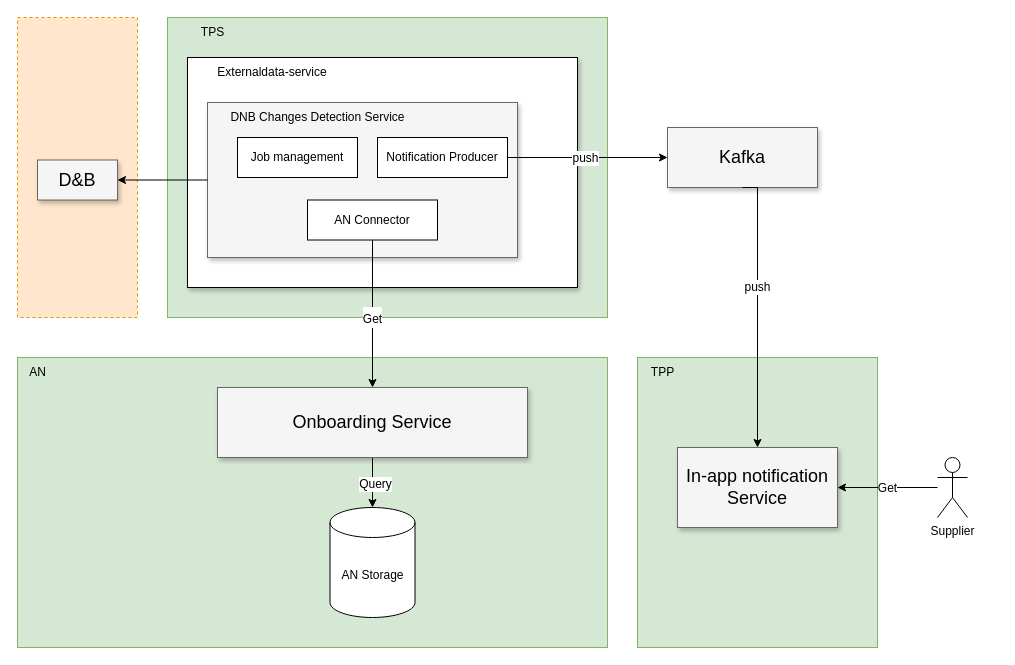
This is block_diagram_detection_dnb_changes.drawio from huangshijie/Drawio, a draw.io file, before an edit. Source tidied: cells renumbered, new cells numbered last; positions are measured from the earlier drawing's top-left corner, leaving out a move shared by most shapes. Both pictures are drawn from the tidied source at 100%, with x=0, y=0 at pixel (17, 17).
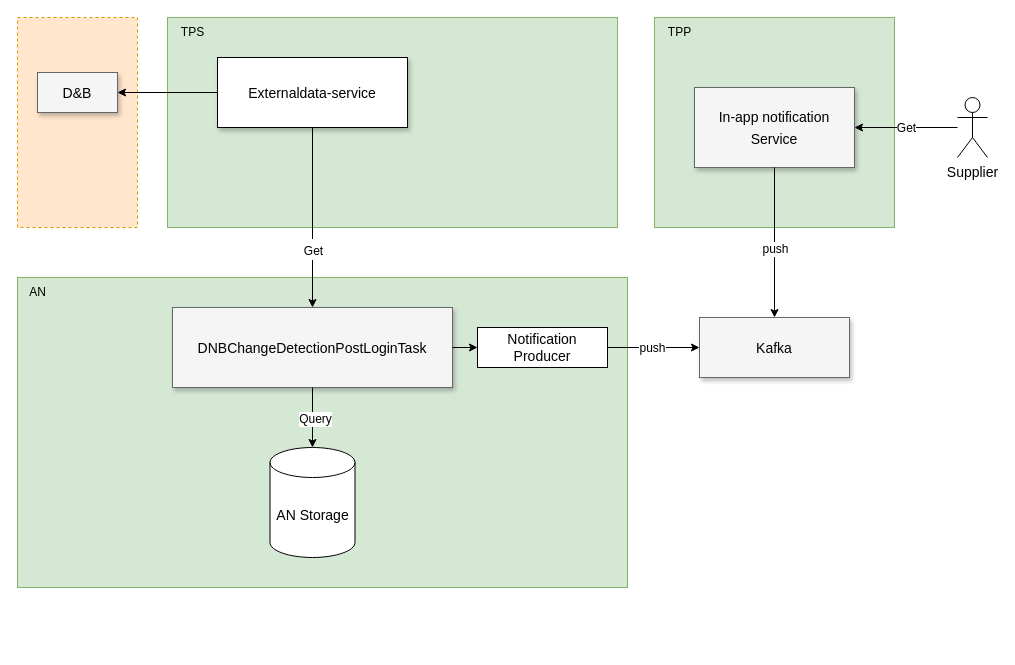
Above is the later version.

The edit, as a diff of the source:
```diff
@@
+    <mxCell id="33" style="group;" parent="1" vertex="1">
+      <mxGeometry width="970" height="570" as="geometry" />
+    </mxCell>
-    <mxCell id="2" style="rounded=0;whiteSpace=wrap;html=1;dashed=1;fillColor=#ffe6cc;strokeColor=#d79b00;" parent="1" vertex="1">
-      <mxGeometry width="120" height="300" as="geometry" />
+    <mxCell id="2" style="rounded=0;whiteSpace=wrap;html=1;dashed=1;fillColor=#ffe6cc;strokeColor=#d79b00;" parent="33" vertex="1">
+      <mxGeometry width="120" height="210" as="geometry" />
     </mxCell>
-    <mxCell id="3" style="rounded=0;whiteSpace=wrap;html=1;fillColor=#d5e8d4;strokeColor=#82b366;" parent="1" vertex="1">
-      <mxGeometry x="620" y="340" width="240" height="290" as="geometry" />
+    <mxCell id="3" style="rounded=0;whiteSpace=wrap;html=1;fillColor=#d5e8d4;strokeColor=#82b366;" parent="33" vertex="1">
+      <mxGeometry x="637" width="240" height="210" as="geometry" />
     </mxCell>
-    <mxCell id="4" style="rounded=0;whiteSpace=wrap;html=1;fillColor=#d5e8d4;strokeColor=#82b366;" parent="1" vertex="1">
-      <mxGeometry x="150" width="440" height="300" as="geometry" />
+    <mxCell id="4" style="rounded=0;whiteSpace=wrap;html=1;fillColor=#d5e8d4;strokeColor=#82b366;" parent="33" vertex="1">
+      <mxGeometry x="150" width="450" height="210" as="geometry" />
     </mxCell>
-    <mxCell id="5" style="rounded=0;whiteSpace=wrap;html=1;fillColor=#d5e8d4;strokeColor=#82b366;" parent="1" vertex="1">
-      <mxGeometry y="340" width="590" height="290" as="geometry" />
+    <mxCell id="5" style="rounded=0;whiteSpace=wrap;html=1;fillColor=#d5e8d4;strokeColor=#82b366;" parent="33" vertex="1">
+      <mxGeometry y="260" width="610" height="310" as="geometry" />
     </mxCell>
-    <mxCell id="6" style="whiteSpace=wrap;html=1;shadow=1;fontSize=18;" parent="1" vertex="1">
-      <mxGeometry x="170" y="40" width="390" height="230" as="geometry" />
+    <mxCell id="6" value="&lt;font style=&quot;font-size: 14px;&quot;&gt;Externaldata-service&lt;/font&gt;" style="whiteSpace=wrap;html=1;shadow=1;fontSize=18;" parent="33" vertex="1">
+      <mxGeometry x="200" y="40" width="190" height="70" as="geometry" />
     </mxCell>
-    <mxCell id="7" value="Kafka" style="whiteSpace=wrap;html=1;shadow=1;fontSize=18;fillColor=#f5f5f5;strokeColor=#666666;" parent="1" vertex="1">
-      <mxGeometry x="650" y="110" width="150" height="60" as="geometry" />
+    <mxCell id="7" value="&lt;font style=&quot;font-size: 14px;&quot;&gt;Kafka&lt;/font&gt;" style="whiteSpace=wrap;html=1;shadow=1;fontSize=18;fillColor=#f5f5f5;strokeColor=#666666;" parent="33" vertex="1">
+      <mxGeometry x="682" y="300" width="150" height="60" as="geometry" />
     </mxCell>
-    <mxCell id="8" style="whiteSpace=wrap;html=1;shadow=1;fontSize=18;fillColor=#f5f5f5;strokeColor=#666666;" parent="1" vertex="1">
-      <mxGeometry x="190" y="85" width="310" height="155" as="geometry" />
+    <mxCell id="8" value="&lt;font style=&quot;font-size: 14px;&quot;&gt;DNBChangeDetectionPostLoginTask&lt;/font&gt;" style="whiteSpace=wrap;html=1;shadow=1;fontSize=18;fillColor=#f5f5f5;strokeColor=#666666;" parent="33" vertex="1">
+      <mxGeometry x="155" y="290" width="280" height="80" as="geometry" />
     </mxCell>
-    <mxCell id="9" style="edgeStyle=orthogonalEdgeStyle;rounded=0;jettySize=auto;html=1;exitX=1;exitY=0.5;exitDx=0;exitDy=0;entryX=0;entryY=0.5;entryDx=0;entryDy=0;" parent="1" edge="1" source="31" target="7">
+    <mxCell id="9" style="edgeStyle=orthogonalEdgeStyle;rounded=0;jettySize=auto;html=1;exitX=1;exitY=0.5;exitDx=0;exitDy=0;entryX=0;entryY=0.5;entryDx=0;entryDy=0;" parent="33" edge="1" source="31" target="7">
       <mxGeometry relative="1" as="geometry" />
     </mxCell>
@@
-    <mxCell id="11" value="In-app notification Service" style="whiteSpace=wrap;html=1;shadow=1;fontSize=18;fillColor=#f5f5f5;strokeColor=#666666;" parent="1" vertex="1">
-      <mxGeometry x="660" y="430" width="160" height="80" as="geometry" />
+    <mxCell id="11" value="&lt;font style=&quot;font-size: 14px;&quot;&gt;In-app notification Service&lt;/font&gt;" style="whiteSpace=wrap;html=1;shadow=1;fontSize=18;fillColor=#f5f5f5;strokeColor=#666666;" parent="33" vertex="1">
+      <mxGeometry x="677" y="70" width="160" height="80" as="geometry" />
     </mxCell>
-    <mxCell id="12" style="edgeStyle=orthogonalEdgeStyle;rounded=0;jettySize=auto;html=1;exitX=0.5;exitY=1;exitDx=0;exitDy=0;entryX=0.5;entryY=0;entryDx=0;entryDy=0;" parent="1" edge="1" source="7" target="11">
-      <mxGeometry relative="1" as="geometry">
-        <Array as="points">
-          <mxPoint x="740" y="170" />
-        </Array>
-      </mxGeometry>
+    <mxCell id="12" style="edgeStyle=orthogonalEdgeStyle;rounded=0;jettySize=auto;html=1;exitX=0.5;exitY=1;exitDx=0;exitDy=0;entryX=0.5;entryY=0;entryDx=0;entryDy=0;" parent="33" edge="1" source="11" target="7">
+      <mxGeometry relative="1" as="geometry" />
     </mxCell>
     <mxCell id="13" value="push" style="edgeLabel;html=1;align=center;verticalAlign=middle;fontSize=12;" parent="12" vertex="1">
       <mxGeometry x="-0.18" y="-1" relative="1" as="geometry">
-        <mxPoint y="1" as="offset" />
+        <mxPoint x="1" y="19" as="offset" />
       </mxGeometry>
     </mxCell>
-    <mxCell id="14" style="edgeStyle=orthogonalEdgeStyle;rounded=0;jettySize=auto;html=1;entryX=1;entryY=0.5;entryDx=0;entryDy=0;" parent="1" edge="1" source="16" target="11">
+    <mxCell id="14" style="edgeStyle=orthogonalEdgeStyle;rounded=0;jettySize=auto;html=1;entryX=1;entryY=0.5;entryDx=0;entryDy=0;" parent="33" edge="1" source="16" target="11">
       <mxGeometry relative="1" as="geometry" />
     </mxCell>
@@
-    <mxCell id="16" value="Supplier" style="shape=umlActor;verticalLabelPosition=bottom;verticalAlign=top;html=1;outlineConnect=0;" parent="1" vertex="1">
-      <mxGeometry x="920" y="440" width="30" height="60" as="geometry" />
+    <mxCell id="16" value="&lt;font style=&quot;font-size: 14px;&quot;&gt;Supplier&lt;/font&gt;" style="shape=umlActor;verticalLabelPosition=bottom;verticalAlign=top;html=1;outlineConnect=0;" parent="33" vertex="1">
+      <mxGeometry x="940" y="80" width="30" height="60" as="geometry" />
     </mxCell>
-    <mxCell id="17" value="AN Storage" style="shape=cylinder3;whiteSpace=wrap;html=1;boundedLbl=1;backgroundOutline=1;size=15;" parent="1" vertex="1">
-      <mxGeometry x="312.5" y="490" width="85" height="110" as="geometry" />
+    <mxCell id="17" value="&lt;font style=&quot;font-size: 14px;&quot;&gt;AN Storage&lt;/font&gt;" style="shape=cylinder3;whiteSpace=wrap;html=1;boundedLbl=1;backgroundOutline=1;size=15;" parent="33" vertex="1">
+      <mxGeometry x="252.5" y="430" width="85" height="110" as="geometry" />
     </mxCell>
-    <mxCell id="18" value="AN" style="text;html=1;align=center;verticalAlign=middle;strokeColor=none;fillColor=none;" parent="1" vertex="1">
-      <mxGeometry y="340" width="40" height="30" as="geometry" />
+    <mxCell id="18" value="AN" style="text;html=1;align=center;verticalAlign=middle;strokeColor=none;fillColor=none;" parent="33" vertex="1">
+      <mxGeometry y="260" width="40" height="30" as="geometry" />
     </mxCell>
-    <mxCell id="19" value="TPP" style="text;html=1;align=center;verticalAlign=middle;strokeColor=none;fillColor=none;" parent="1" vertex="1">
-      <mxGeometry x="620" y="340" width="50" height="30" as="geometry" />
+    <mxCell id="19" value="TPP" style="text;html=1;align=center;verticalAlign=middle;strokeColor=none;fillColor=none;" parent="33" vertex="1">
+      <mxGeometry x="637" width="50" height="30" as="geometry" />
     </mxCell>
-    <mxCell id="20" value="TPS" style="text;html=1;align=center;verticalAlign=middle;strokeColor=none;fillColor=none;" parent="1" vertex="1">
-      <mxGeometry x="170" width="50" height="30" as="geometry" />
+    <mxCell id="20" value="TPS" style="text;html=1;align=center;verticalAlign=middle;strokeColor=none;fillColor=none;" parent="33" vertex="1">
+      <mxGeometry x="150" width="50" height="30" as="geometry" />
     </mxCell>
-    <mxCell id="21" style="edgeStyle=orthogonalEdgeStyle;rounded=0;jettySize=auto;html=1;fontSize=18;startArrow=none;startFill=0;" parent="1" edge="1" source="23" target="17">
+    <mxCell id="21" style="edgeStyle=orthogonalEdgeStyle;rounded=0;jettySize=auto;html=1;fontSize=18;startArrow=none;startFill=0;" parent="33" edge="1" source="8" target="17">
       <mxGeometry relative="1" as="geometry" />
     </mxCell>
@@
-    <mxCell id="23" value="Onboarding Service" style="whiteSpace=wrap;html=1;shadow=1;fontSize=18;fillColor=#f5f5f5;strokeColor=#666666;" parent="1" vertex="1">
-      <mxGeometry x="200" y="370" width="310" height="70" as="geometry" />
-    </mxCell>
-    <mxCell id="24" style="edgeStyle=orthogonalEdgeStyle;rounded=0;jettySize=auto;html=1;exitX=0.5;exitY=1;exitDx=0;exitDy=0;entryX=0.5;entryY=0;entryDx=0;entryDy=0;" parent="1" edge="1" source="32" target="23">
+    <mxCell id="24" style="edgeStyle=orthogonalEdgeStyle;rounded=0;jettySize=auto;html=1;exitX=0.5;exitY=1;exitDx=0;exitDy=0;" parent="33" edge="1" source="6" target="8">
       <mxGeometry relative="1" as="geometry" />
     </mxCell>
     <mxCell id="25" value="&lt;font style=&quot;font-size: 12px;&quot;&gt;Get&lt;/font&gt;" style="edgeLabel;html=1;align=center;verticalAlign=middle;fontSize=18;" parent="24" vertex="1">
       <mxGeometry x="0.03" y="-1" relative="1" as="geometry">
-        <mxPoint y="1" as="offset" />
+        <mxPoint x="1" y="28" as="offset" />
       </mxGeometry>
     </mxCell>
-    <mxCell id="26" value="D&amp;amp;B" style="whiteSpace=wrap;html=1;shadow=1;fontSize=18;fillColor=#f5f5f5;strokeColor=#666666;" parent="1" vertex="1">
-      <mxGeometry x="20" y="142.5" width="80" height="40" as="geometry" />
+    <mxCell id="26" value="&lt;font style=&quot;font-size: 14px;&quot;&gt;D&amp;amp;B&lt;/font&gt;" style="whiteSpace=wrap;html=1;shadow=1;fontSize=18;fillColor=#f5f5f5;strokeColor=#666666;" parent="33" vertex="1">
+      <mxGeometry x="20" y="55" width="80" height="40" as="geometry" />
     </mxCell>
-    <mxCell id="27" value="Externaldata-service" style="text;html=1;strokeColor=none;fillColor=none;align=center;verticalAlign=middle;whiteSpace=wrap;rounded=0;dashed=1;" parent="1" vertex="1">
-      <mxGeometry x="180" y="40" width="150" height="30" as="geometry" />
-    </mxCell>
-    <mxCell id="28" style="edgeStyle=orthogonalEdgeStyle;rounded=0;jettySize=auto;html=1;exitX=0;exitY=0.5;exitDx=0;exitDy=0;" parent="1" edge="1" source="8" target="26">
+    <mxCell id="28" style="edgeStyle=orthogonalEdgeStyle;rounded=0;jettySize=auto;html=1;exitX=0;exitY=0.5;exitDx=0;exitDy=0;" parent="33" edge="1" source="6" target="26">
       <mxGeometry relative="1" as="geometry" />
     </mxCell>
-    <mxCell id="29" value="&lt;font style=&quot;font-size: 12px;&quot;&gt;DNB Changes Detection Service&lt;/font&gt;" style="text;html=1;align=center;verticalAlign=middle;strokeColor=none;fillColor=none;" parent="1" vertex="1">
-      <mxGeometry x="200" y="85" width="200" height="30" as="geometry" />
-    </mxCell>
-    <mxCell id="30" value="Job management" style="rounded=0;whiteSpace=wrap;html=1;fontSize=12;" parent="1" vertex="1">
-      <mxGeometry x="220" y="120" width="120" height="40" as="geometry" />
-    </mxCell>
-    <mxCell id="31" value="Notification Producer" style="rounded=0;whiteSpace=wrap;html=1;fontSize=12;" parent="1" vertex="1">
-      <mxGeometry x="360" y="120" width="130" height="40" as="geometry" />
+    <mxCell id="31" value="&lt;font style=&quot;font-size: 14px;&quot;&gt;Notification Producer&lt;/font&gt;" style="rounded=0;whiteSpace=wrap;html=1;fontSize=12;" parent="33" vertex="1">
+      <mxGeometry x="460" y="310" width="130" height="40" as="geometry" />
     </mxCell>
-    <mxCell id="32" value="AN Connector" style="rounded=0;whiteSpace=wrap;html=1;fontSize=12;" parent="1" vertex="1">
-      <mxGeometry x="290" y="182.5" width="130" height="40" as="geometry" />
-    </mxCell>
+    <mxCell id="34" style="edgeStyle=orthogonalEdgeStyle;rounded=0;jettySize=auto;html=1;exitX=1;exitY=0.5;exitDx=0;exitDy=0;entryX=0;entryY=0.5;entryDx=0;entryDy=0;" parent="33" edge="1" source="8" target="31">
+      <mxGeometry relative="1" as="geometry" />
+    </mxCell>
```
